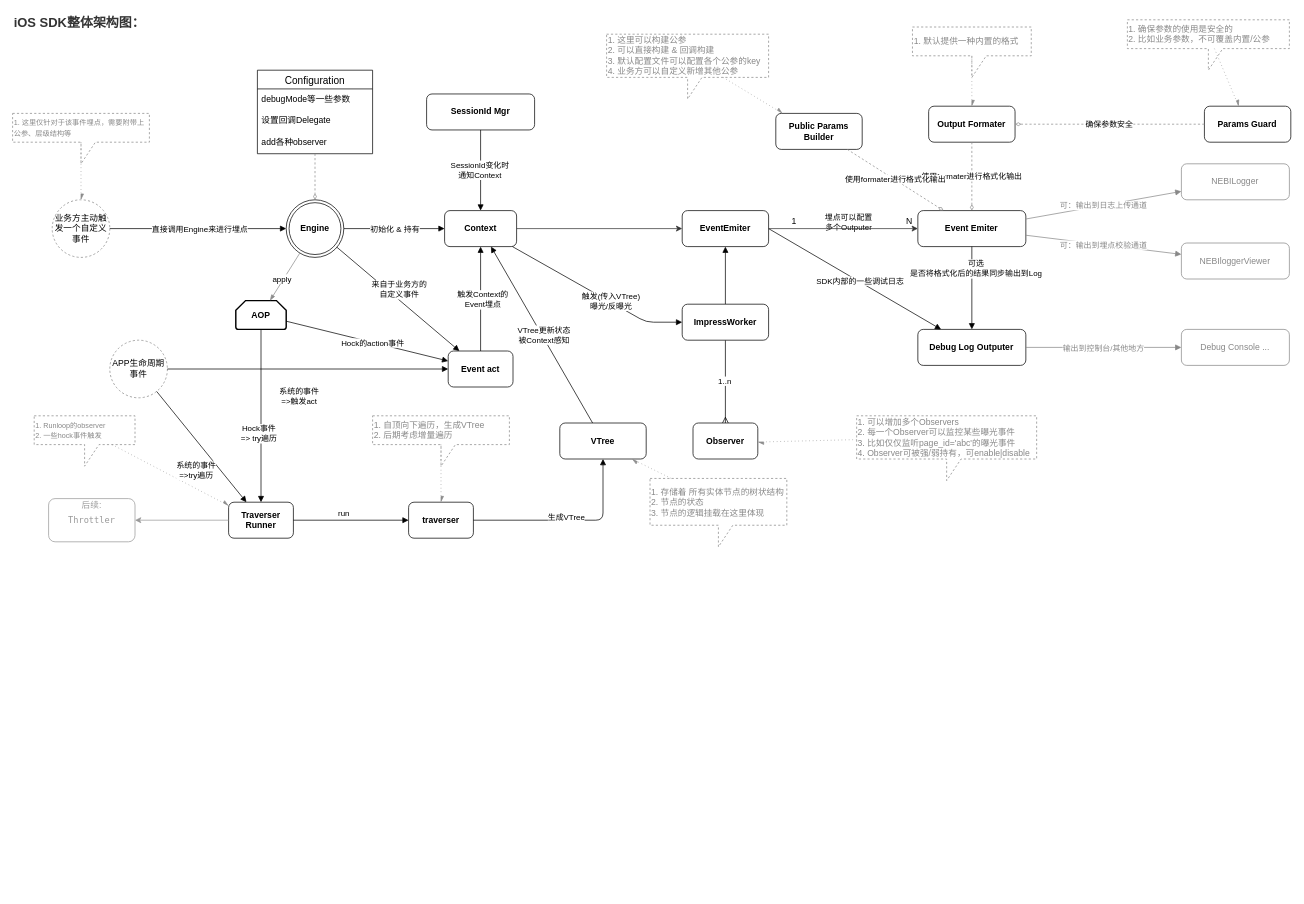
Before: netease/EventTracing/曙光计划-iOS设计方案概览.drawio in yuyinghao/diagrams, a draw.io diagram. Source tidied: cells renumbered, new cells numbered last; positions are measured from the earlier drawing's top-left corner, leaving out a move shared by most shapes. Both pictures are drawn from the tidied source at 72%, with x=0, y=0 at pixel (12, 12).
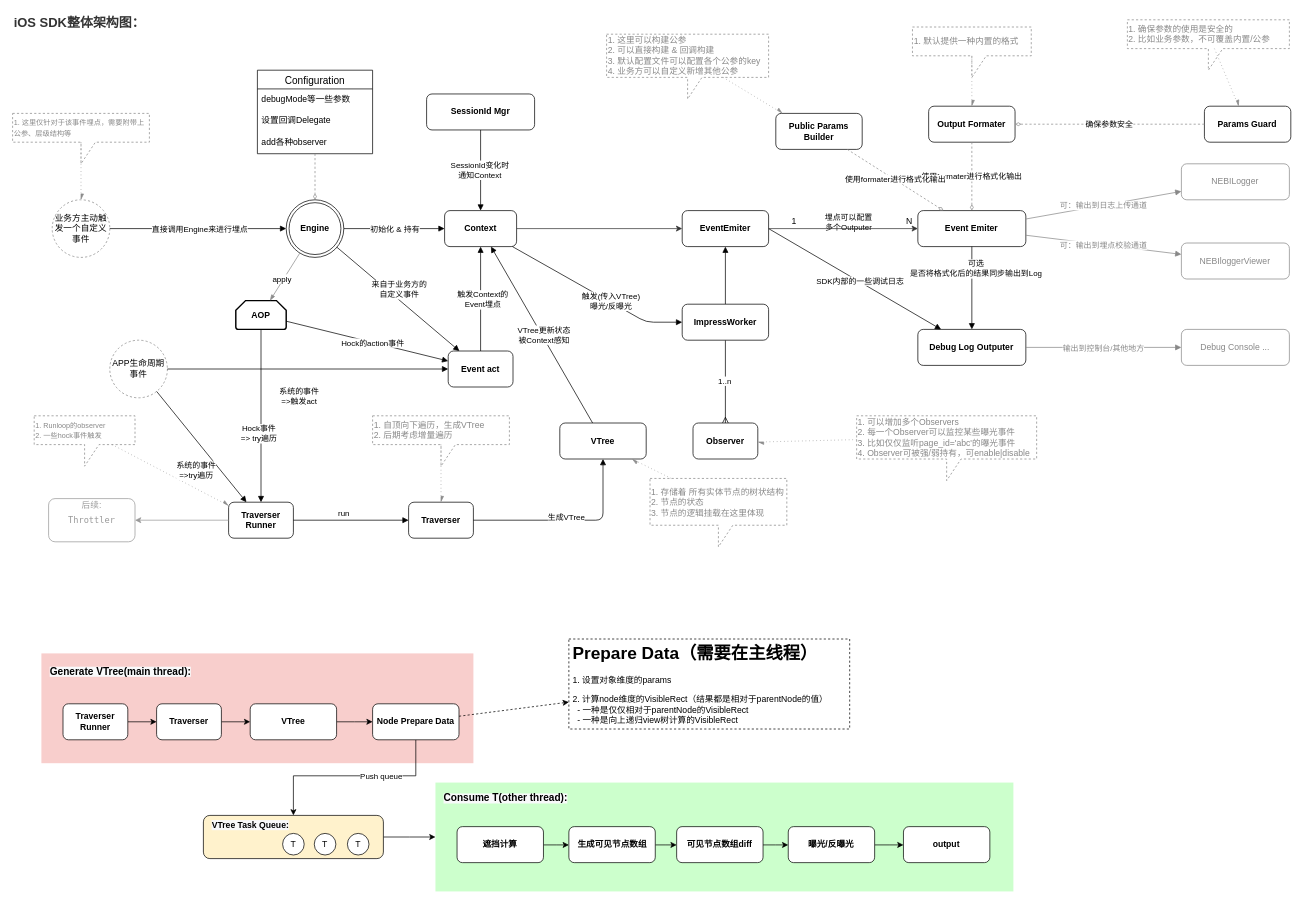
After the change.

Commit message:
Update 曙光计划-iOS设计方案概览.drawio

Diff of the diagram source:
```diff
@@
+    <mxCell id="97" style="rounded=0;whiteSpace=wrap;html=1;dashed=1;fillColor=#F8CECC;strokeColor=none;" parent="1" vertex="1">
+      <mxGeometry x="40" y="890" width="600" height="152.5" as="geometry" />
+    </mxCell>
@@
-    <mxCell id="12" value="&lt;b&gt;traverser&lt;/b&gt;" style="rounded=1;whiteSpace=wrap;html=1;" parent="1" vertex="1">
+    <mxCell id="12" value="&lt;b&gt;Traverser&lt;/b&gt;" style="rounded=1;whiteSpace=wrap;html=1;" parent="1" vertex="1">
       <mxGeometry x="550" y="680" width="90" height="50" as="geometry" />
     </mxCell>
@@
+    <mxCell id="98" style="edgeStyle=orthogonalEdgeStyle;rounded=0;jettySize=auto;html=1;" parent="1" edge="1" source="99" target="101">
+      <mxGeometry relative="1" as="geometry" />
+    </mxCell>
+    <mxCell id="99" value="&lt;b&gt;Traverser&lt;br&gt;Runner&lt;/b&gt;" style="rounded=1;whiteSpace=wrap;html=1;" parent="1" vertex="1">
+      <mxGeometry x="70" y="960" width="90" height="50" as="geometry" />
+    </mxCell>
+    <mxCell id="100" style="edgeStyle=orthogonalEdgeStyle;rounded=0;jettySize=auto;html=1;" parent="1" edge="1" source="101" target="105">
+      <mxGeometry relative="1" as="geometry" />
+    </mxCell>
+    <mxCell id="101" value="&lt;b&gt;Traverser&lt;/b&gt;" style="rounded=1;whiteSpace=wrap;html=1;" parent="1" vertex="1">
+      <mxGeometry x="200" y="960" width="90" height="50" as="geometry" />
+    </mxCell>
+    <mxCell id="102" style="edgeStyle=elbowEdgeStyle;rounded=0;jettySize=auto;html=1;entryX=0.5;entryY=0;entryDx=0;entryDy=0;elbow=vertical;exitX=0.5;exitY=1;exitDx=0;exitDy=0;" parent="1" edge="1" source="117" target="107">
+      <mxGeometry relative="1" as="geometry">
+        <Array as="points">
+          <mxPoint x="480" y="1060" />
+          <mxPoint x="540" y="1070" />
+        </Array>
+      </mxGeometry>
+    </mxCell>
+    <mxCell id="103" value="Push queue" style="edgeLabel;html=1;align=center;verticalAlign=middle;" parent="102" vertex="1">
+      <mxGeometry x="-0.17" relative="1" as="geometry">
+        <mxPoint x="15" as="offset" />
+      </mxGeometry>
+    </mxCell>
+    <mxCell id="104" style="edgeStyle=elbowEdgeStyle;rounded=0;jettySize=auto;elbow=vertical;html=1;" parent="1" edge="1" source="105" target="117">
+      <mxGeometry relative="1" as="geometry" />
+    </mxCell>
+    <mxCell id="105" value="&lt;b&gt;VTree&lt;/b&gt;" style="rounded=1;whiteSpace=wrap;html=1;" parent="1" vertex="1">
+      <mxGeometry x="330" y="960" width="120" height="50" as="geometry" />
+    </mxCell>
+    <mxCell id="106" style="edgeStyle=elbowEdgeStyle;rounded=0;jettySize=auto;elbow=vertical;html=1;entryX=0;entryY=0.5;entryDx=0;entryDy=0;" parent="1" edge="1" source="107" target="112">
+      <mxGeometry relative="1" as="geometry" />
+    </mxCell>
+    <mxCell id="107" style="rounded=1;whiteSpace=wrap;html=1;fillColor=#FFF2CC;" parent="1" vertex="1">
+      <mxGeometry x="265" y="1115" width="250" height="60" as="geometry" />
+    </mxCell>
+    <mxCell id="108" value="&lt;b style=&quot;color: rgb(0 , 0 , 0) ; font-family: &amp;#34;helvetica&amp;#34; ; font-size: 12px ; font-style: normal ; letter-spacing: normal ; text-align: center ; text-indent: 0px ; text-transform: none ; word-spacing: 0px ; background-color: rgb(248 , 249 , 250)&quot;&gt;VTree Task Queue:&lt;/b&gt;" style="text;whiteSpace=wrap;html=1;" parent="1" vertex="1">
+      <mxGeometry x="275" y="1115" width="130" height="30" as="geometry" />
+    </mxCell>
+    <mxCell id="109" value="T" style="ellipse;whiteSpace=wrap;html=1;" parent="1" vertex="1">
+      <mxGeometry x="375" y="1140" width="30" height="30" as="geometry" />
+    </mxCell>
+    <mxCell id="110" value="T" style="ellipse;whiteSpace=wrap;html=1;" parent="1" vertex="1">
+      <mxGeometry x="419" y="1140" width="30" height="30" as="geometry" />
+    </mxCell>
+    <mxCell id="111" value="T" style="ellipse;whiteSpace=wrap;html=1;" parent="1" vertex="1">
+      <mxGeometry x="465" y="1140" width="30" height="30" as="geometry" />
+    </mxCell>
+    <mxCell id="112" style="rounded=0;whiteSpace=wrap;html=1;dashed=1;fillColor=#CCFFCC;strokeColor=none;" parent="1" vertex="1">
+      <mxGeometry x="587.3" y="1069.4" width="802.7" height="151.2" as="geometry" />
+    </mxCell>
+    <mxCell id="113" value="&lt;b style=&quot;color: rgb(0 , 0 , 0) ; font-family: &amp;#34;helvetica&amp;#34; ; font-style: normal ; letter-spacing: normal ; text-align: center ; text-indent: 0px ; text-transform: none ; word-spacing: 0px ; background-color: rgb(248 , 249 , 250)&quot;&gt;&lt;font style=&quot;font-size: 14px&quot;&gt;Consume T(other thread):&lt;/font&gt;&lt;/b&gt;" style="text;whiteSpace=wrap;html=1;" parent="1" vertex="1">
+      <mxGeometry x="597.3" y="1075.6" width="220" height="30" as="geometry" />
+    </mxCell>
+    <mxCell id="114" style="edgeStyle=elbowEdgeStyle;rounded=0;jettySize=auto;elbow=vertical;html=1;" parent="1" edge="1" source="115" target="120">
+      <mxGeometry relative="1" as="geometry" />
+    </mxCell>
+    <mxCell id="115" value="&lt;b&gt;遮挡计算&lt;/b&gt;" style="rounded=1;whiteSpace=wrap;html=1;" parent="1" vertex="1">
+      <mxGeometry x="617.3" y="1130.6" width="120" height="50" as="geometry" />
+    </mxCell>
+    <mxCell id="116" style="rounded=0;jettySize=auto;html=1;dashed=1;" parent="1" edge="1" source="117" target="126">
+      <mxGeometry relative="1" as="geometry" />
+    </mxCell>
+    <mxCell id="117" value="&lt;b&gt;Node Prepare Data&lt;/b&gt;" style="rounded=1;whiteSpace=wrap;html=1;" parent="1" vertex="1">
+      <mxGeometry x="500" y="960" width="120" height="50" as="geometry" />
+    </mxCell>
+    <mxCell id="118" value="&lt;b style=&quot;color: rgb(0 , 0 , 0) ; font-family: &amp;#34;helvetica&amp;#34; ; font-style: normal ; letter-spacing: normal ; text-align: center ; text-indent: 0px ; text-transform: none ; word-spacing: 0px ; background-color: rgb(248 , 249 , 250)&quot;&gt;&lt;font style=&quot;font-size: 14px&quot;&gt;Generate VTree(main thread):&lt;/font&gt;&lt;/b&gt;" style="text;whiteSpace=wrap;html=1;" parent="1" vertex="1">
+      <mxGeometry x="50" y="900" width="200" height="30" as="geometry" />
+    </mxCell>
+    <mxCell id="119" style="edgeStyle=elbowEdgeStyle;rounded=0;jettySize=auto;elbow=vertical;html=1;" parent="1" edge="1" source="120" target="122">
+      <mxGeometry relative="1" as="geometry" />
+    </mxCell>
+    <mxCell id="120" value="&lt;b&gt;生成可见节点数组&lt;/b&gt;" style="rounded=1;whiteSpace=wrap;html=1;" parent="1" vertex="1">
+      <mxGeometry x="772.6" y="1130.6" width="120" height="50" as="geometry" />
+    </mxCell>
+    <mxCell id="121" style="edgeStyle=elbowEdgeStyle;rounded=0;jettySize=auto;elbow=vertical;html=1;" parent="1" edge="1" source="122" target="124">
+      <mxGeometry relative="1" as="geometry" />
+    </mxCell>
+    <mxCell id="122" value="&lt;b&gt;可见节点数组diff&lt;/b&gt;" style="rounded=1;whiteSpace=wrap;html=1;" parent="1" vertex="1">
+      <mxGeometry x="922.3" y="1130.6" width="120" height="50" as="geometry" />
+    </mxCell>
+    <mxCell id="123" style="edgeStyle=elbowEdgeStyle;rounded=0;jettySize=auto;elbow=vertical;html=1;" parent="1" edge="1" source="124" target="125">
+      <mxGeometry relative="1" as="geometry" />
+    </mxCell>
+    <mxCell id="124" value="&lt;b&gt;曝光/反曝光&lt;/b&gt;" style="rounded=1;whiteSpace=wrap;html=1;" parent="1" vertex="1">
+      <mxGeometry x="1077.3" y="1130.6" width="120" height="50" as="geometry" />
+    </mxCell>
+    <mxCell id="125" value="&lt;b&gt;output&lt;/b&gt;" style="rounded=1;whiteSpace=wrap;html=1;" parent="1" vertex="1">
+      <mxGeometry x="1237.3" y="1130.6" width="120" height="50" as="geometry" />
+    </mxCell>
+    <mxCell id="126" value="&lt;h1&gt;Prepare Data（需要在主线程）&lt;/h1&gt;&lt;p&gt;1. 设置对象维度的params&lt;/p&gt;&lt;p&gt;2. 计算node维度的VisibleRect（结果都是相对于parentNode的值）&lt;br&gt;&amp;nbsp; - 一种是仅仅相对于parentNode的VisibleRect&lt;br&gt;&amp;nbsp; - 一种是向上递归view树计算的VisibleRect&lt;/p&gt;" style="text;html=1;fillColor=none;spacing=5;spacingTop=-20;whiteSpace=wrap;overflow=hidden;rounded=0;dashed=1;strokeColor=#000000;" parent="1" vertex="1">
+      <mxGeometry x="772.6" y="870" width="390" height="125" as="geometry" />
+    </mxCell>
```
